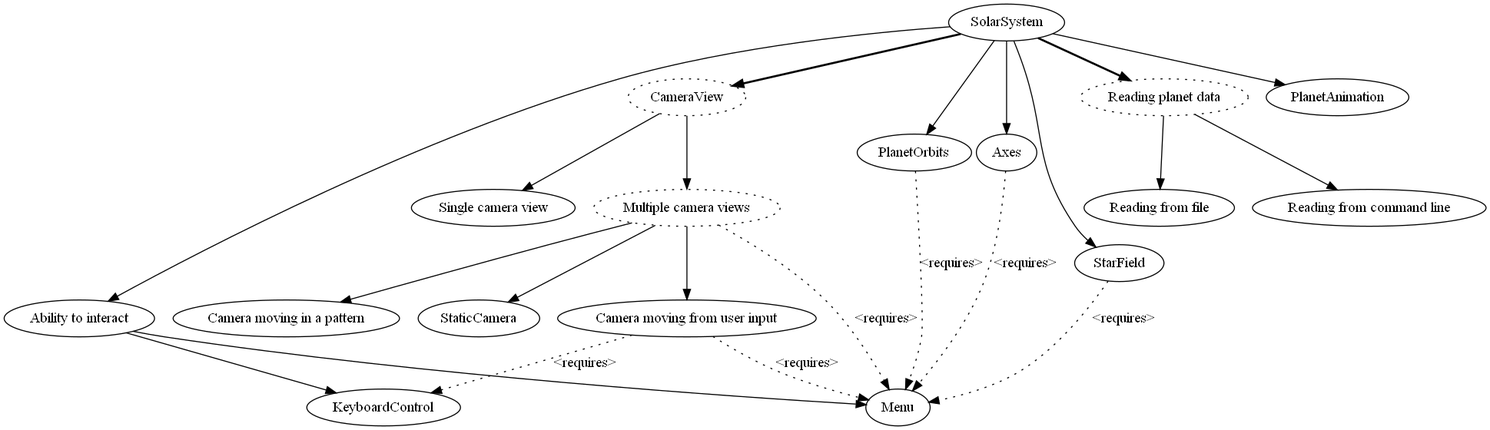
Before: Stage3/feature_model.gv.png, a diagram exported from Graphviz (MateiV30/Disertation). Its source is kept beside it as Stage3/feature_model.gv.
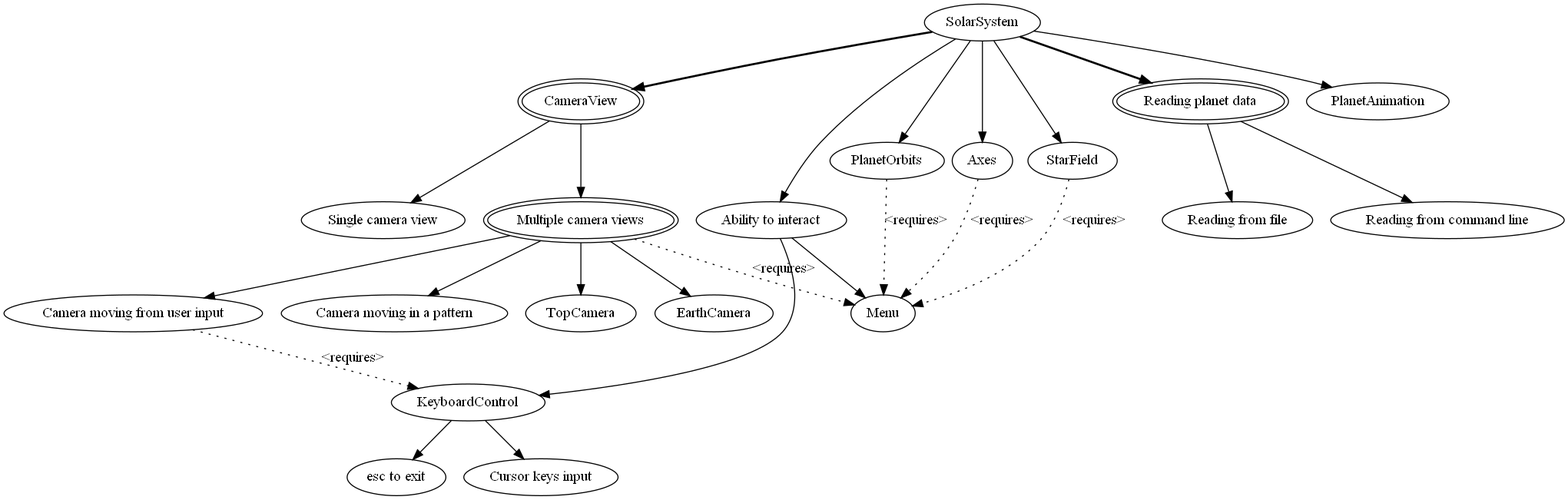
Above is the later version.

Commit message:
Add views feature

Change to the diagram source:
```diff
@@ -1,13 +1,15 @@
 digraph G{
-CameraView [style=dotted];
-A [label="Reading planet data", style=dotted];
+CameraView [peripheries=2];
+A [label="Reading planet data", peripheries=2];
 B [label="Ability to interact"];
 C [label="Single camera view"];
-D [label="Multiple camera views", style=dotted];
+D [label="Multiple camera views", peripheries=2];
 E [label="Camera moving in a pattern"];
 F [label="Camera moving from user input"];
 G [label="Reading from file"];
 H [label="Reading from command line"];
+I [label="esc to exit"];
+J [label="Cursor keys input"];
 B -> KeyboardControl;
 SolarSystem -> A [style=bold];
 SolarSystem -> PlanetAnimation;
@@ -21,13 +23,15 @@
 CameraView -> D;
 D -> Menu [style=dotted, label="<requires>"];
 PlanetOrbits -> Menu [style=dotted, label="<requires>"];
-D -> StaticCamera;
+D -> TopCamera;
+D -> EarthCamera;
 D -> E;
 D -> F;
 F -> KeyboardControl [style=dotted, label="<requires>"];
-F -> Menu [style=dotted, label="<requires>"];
 Axes -> Menu [style=dotted, label="<requires>"];
 StarField -> Menu [style=dotted, label="<requires>"];
 A -> G;
 A -> H;
+KeyboardControl -> I;
+KeyboardControl -> J;
 }
```
